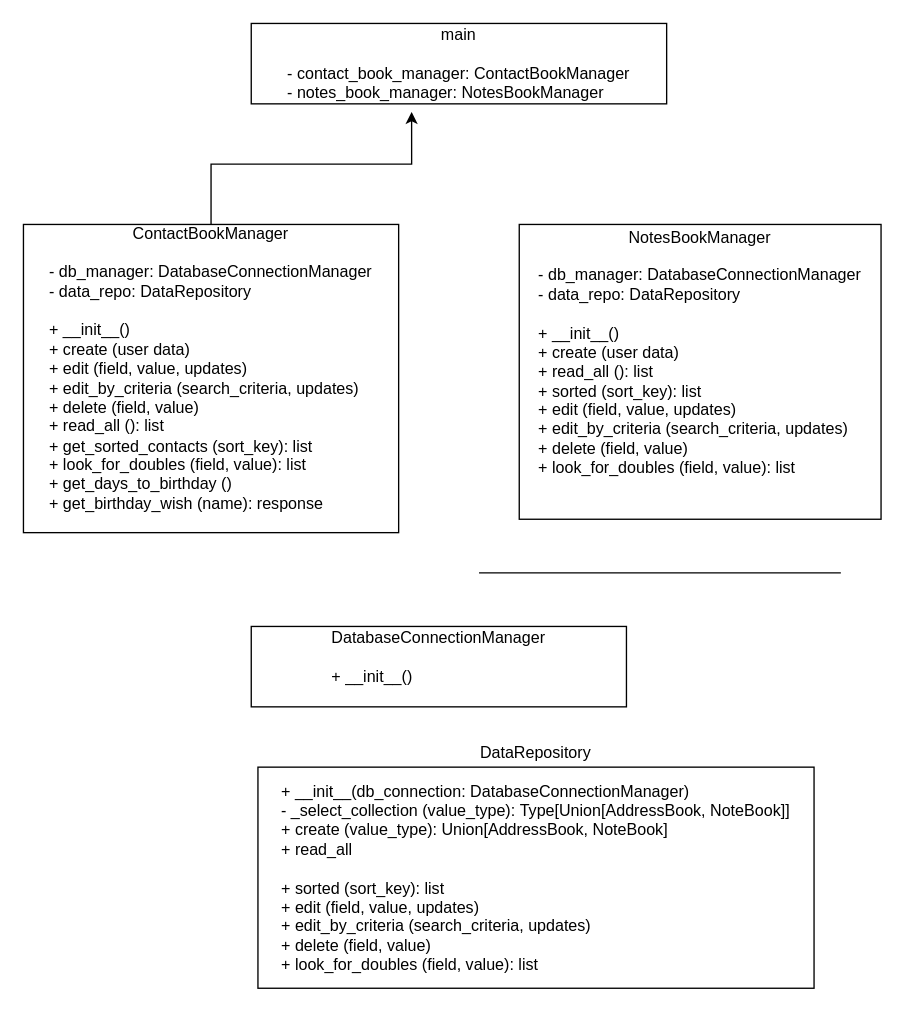
This is grupProject3_DJ.drawio from DDjog/PythonWebMod1ZadDom-1, a draw.io file, before an edit. Source tidied: cells renumbered, new cells numbered last; positions are measured from the earlier drawing's top-left corner, leaving out a move shared by most shapes. Both pictures are drawn from the tidied source at 134%, with x=0, y=0 at pixel (23, 23).
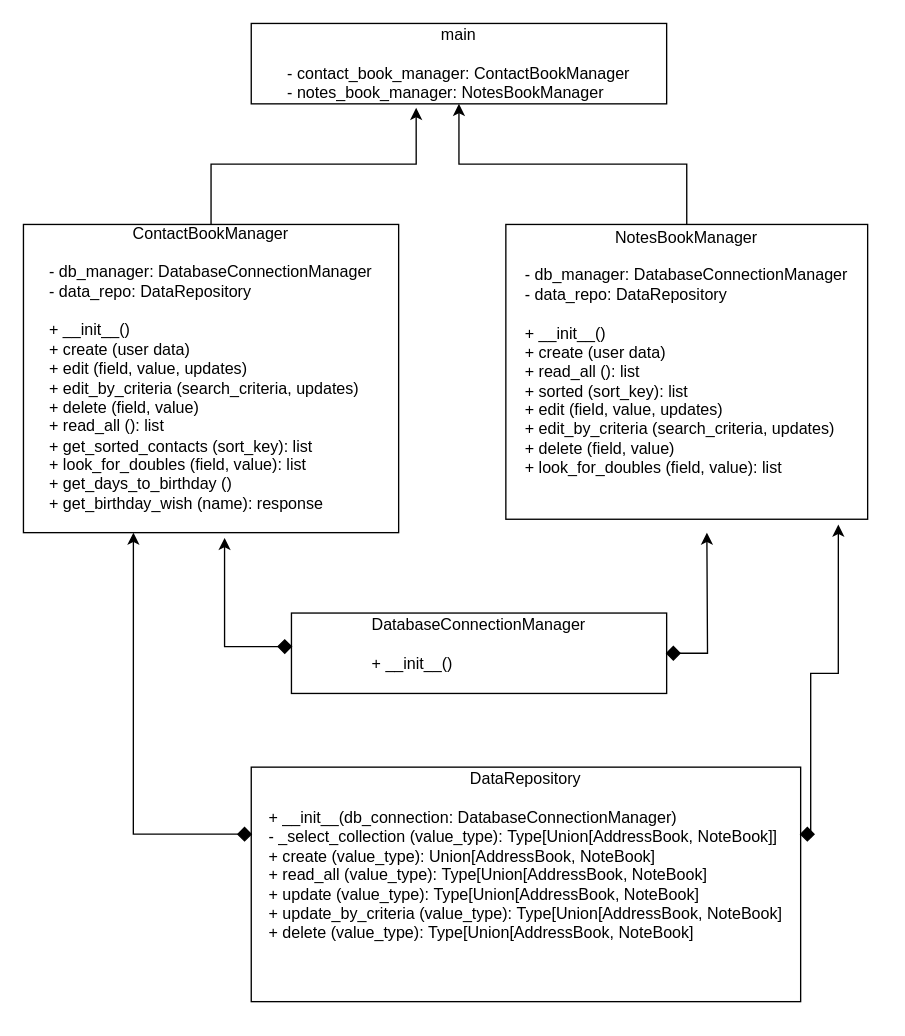
The same diagram, later.

Diff of the diagram source:
```diff
@@
 <mxGraphModel>
   <root>
     <mxCell id="0" />
     <mxCell id="1" parent="0" />
     <mxCell id="2" value="&lt;div style=&quot;&quot;&gt;ContactBookManager&lt;/div&gt;&lt;div style=&quot;text-align: left;&quot;&gt;&lt;br&gt;&lt;/div&gt;&lt;div style=&quot;text-align: left;&quot;&gt;- db_manager: DatabaseConnectionManager&lt;/div&gt;&lt;div style=&quot;text-align: left;&quot;&gt;- data_repo: DataRepository&lt;/div&gt;&lt;div style=&quot;text-align: left;&quot;&gt;&lt;br&gt;&lt;/div&gt;&lt;div style=&quot;text-align: left;&quot;&gt;+ __init__()&lt;/div&gt;&lt;div style=&quot;text-align: left;&quot;&gt;+ create (user data)&lt;/div&gt;&lt;div style=&quot;text-align: left;&quot;&gt;+ edit (field, value, updates)&lt;/div&gt;&lt;div style=&quot;text-align: left;&quot;&gt;+ edit_by_criteria (search_criteria, updates)&lt;/div&gt;&lt;div style=&quot;text-align: left;&quot;&gt;+ delete (field, value)&lt;/div&gt;&lt;div style=&quot;text-align: left;&quot;&gt;+ read_all (): list&lt;/div&gt;&lt;div style=&quot;text-align: left;&quot;&gt;+ get_sorted_contacts (sort_key): list&lt;/div&gt;&lt;div style=&quot;text-align: left;&quot;&gt;+ look_for_doubles (field, value): list&lt;/div&gt;&lt;div style=&quot;text-align: left;&quot;&gt;+ get_days_to_birthday ()&lt;/div&gt;&lt;div style=&quot;text-align: left;&quot;&gt;+ get_birthday_wish (name): response&lt;/div&gt;&lt;div style=&quot;&quot;&gt;&lt;br&gt;&lt;/div&gt;" style="rounded=0;whiteSpace=wrap;html=1;" parent="1" vertex="1">
       <mxGeometry y="150" width="280" height="230" as="geometry" />
     </mxCell>
     <mxCell id="3" value="main&lt;br&gt;&lt;br&gt;&lt;div style=&quot;text-align: left;&quot;&gt;- contact_book_manager: ContactBookManager&lt;/div&gt;&lt;div style=&quot;text-align: left;&quot;&gt;- notes_book_manager: NotesBookManager&lt;/div&gt;" style="rounded=0;whiteSpace=wrap;html=1;" parent="1" vertex="1">
       <mxGeometry x="170" width="310" height="60" as="geometry" />
     </mxCell>
+    <mxCell id="9" style="edgeStyle=orthogonalEdgeStyle;rounded=0;jettySize=auto;html=1;exitX=0.5;exitY=0;exitDx=0;exitDy=0;" parent="1" edge="1" source="4" target="3">
+      <mxGeometry relative="1" as="geometry" />
+    </mxCell>
     <mxCell id="4" value="&lt;div style=&quot;&quot;&gt;NotesBookManager&lt;/div&gt;&lt;div style=&quot;text-align: left;&quot;&gt;&lt;br&gt;&lt;/div&gt;&lt;div style=&quot;text-align: left;&quot;&gt;- db_manager: DatabaseConnectionManager&lt;/div&gt;&lt;div style=&quot;text-align: left;&quot;&gt;- data_repo: DataRepository&lt;/div&gt;&lt;div style=&quot;text-align: left;&quot;&gt;&lt;br&gt;&lt;/div&gt;&lt;div style=&quot;text-align: left;&quot;&gt;+ __init__()&lt;/div&gt;&lt;div style=&quot;text-align: left;&quot;&gt;+ create (user data)&lt;/div&gt;&lt;div style=&quot;text-align: left;&quot;&gt;+ read_all (): list&lt;/div&gt;&lt;div style=&quot;text-align: left;&quot;&gt;+ sorted (sort_key): list&lt;/div&gt;&lt;div style=&quot;text-align: left;&quot;&gt;+ edit (field, value, updates)&lt;br&gt;&lt;/div&gt;&lt;div style=&quot;text-align: left;&quot;&gt;+ edit_by_criteria (search_criteria, updates)&lt;/div&gt;&lt;div style=&quot;text-align: left;&quot;&gt;+ delete (field, value)&lt;/div&gt;&lt;div style=&quot;text-align: left;&quot;&gt;+ look_for_doubles (field, value): list&lt;/div&gt;&lt;div style=&quot;text-align: left;&quot;&gt;&lt;br&gt;&lt;/div&gt;&lt;div style=&quot;&quot;&gt;&lt;br&gt;&lt;/div&gt;" style="rounded=0;whiteSpace=wrap;html=1;" parent="1" vertex="1">
-      <mxGeometry x="370" y="150" width="270" height="220" as="geometry" />
+      <mxGeometry x="360" y="150" width="270" height="220" as="geometry" />
     </mxCell>
-    <mxCell id="5" style="endArrow=none;html=1;rounded=0;" parent="1" edge="1">
-      <mxGeometry relative="1" as="geometry">
-        <mxPoint x="340" y="410" as="sourcePoint" />
-        <mxPoint x="610" y="410" as="targetPoint" />
-      </mxGeometry>
-    </mxCell>
-    <mxCell id="6" style="edgeStyle=orthogonalEdgeStyle;rounded=0;jettySize=auto;html=1;exitX=0.5;exitY=0;exitDx=0;exitDy=0;entryX=0.386;entryY=1.1;entryDx=0;entryDy=0;entryPerimeter=0;" parent="1" edge="1" source="2" target="3">
+    <mxCell id="6" style="edgeStyle=orthogonalEdgeStyle;rounded=0;jettySize=auto;html=1;exitX=0.5;exitY=0;exitDx=0;exitDy=0;entryX=0.397;entryY=1.05;entryDx=0;entryDy=0;entryPerimeter=0;" parent="1" edge="1" source="2" target="3">
       <mxGeometry relative="1" as="geometry" />
     </mxCell>
+    <mxCell id="10" style="edgeStyle=orthogonalEdgeStyle;rounded=0;jettySize=auto;html=1;" parent="1" edge="1" source="7">
+      <mxGeometry relative="1" as="geometry">
+        <mxPoint x="510" y="380" as="targetPoint" />
+      </mxGeometry>
+    </mxCell>
     <mxCell id="7" value="&lt;div style=&quot;&quot;&gt;&lt;div style=&quot;border-color: var(--border-color); text-align: left;&quot;&gt;DatabaseConnectionManager&lt;/div&gt;&lt;div style=&quot;text-align: justify;&quot;&gt;&lt;br&gt;&lt;/div&gt;&lt;/div&gt;&lt;div style=&quot;text-align: left;&quot;&gt;+ __init__()&lt;/div&gt;&lt;div style=&quot;&quot;&gt;&lt;br&gt;&lt;/div&gt;" style="rounded=0;whiteSpace=wrap;html=1;" parent="1" vertex="1">
-      <mxGeometry x="170" y="450" width="280" height="60" as="geometry" />
+      <mxGeometry x="200" y="440" width="280" height="60" as="geometry" />
     </mxCell>
-    <mxCell id="8" value="&lt;div style=&quot;&quot;&gt;DataRepository&lt;/div&gt;&lt;div style=&quot;text-align: left;&quot;&gt;&lt;br&gt;&lt;/div&gt;&lt;div style=&quot;text-align: left;&quot;&gt;+ __init__(db_connection: DatabaseConnectionManager)&lt;/div&gt;&lt;div style=&quot;text-align: left;&quot;&gt;- _select_collection (value_type):&amp;nbsp;Type[Union[AddressBook, NoteBook]]&lt;br&gt;&lt;/div&gt;&lt;div style=&quot;text-align: left;&quot;&gt;+ create (value_type): Union[AddressBook, NoteBook]&lt;/div&gt;&lt;div style=&quot;text-align: left;&quot;&gt;+ read_all&amp;nbsp;&lt;/div&gt;&lt;br&gt;&lt;div style=&quot;text-align: left;&quot;&gt;+ sorted (sort_key): list&lt;/div&gt;&lt;div style=&quot;text-align: left;&quot;&gt;+ edit (field, value, updates)&lt;br&gt;&lt;/div&gt;&lt;div style=&quot;text-align: left;&quot;&gt;+ edit_by_criteria (search_criteria, updates)&lt;/div&gt;&lt;div style=&quot;text-align: left;&quot;&gt;+ delete (field, value)&lt;/div&gt;&lt;div style=&quot;text-align: left;&quot;&gt;+ look_for_doubles (field, value): list&lt;/div&gt;&lt;div style=&quot;text-align: left;&quot;&gt;&lt;br&gt;&lt;/div&gt;&lt;div style=&quot;&quot;&gt;&lt;br&gt;&lt;/div&gt;" style="rounded=0;whiteSpace=wrap;html=1;" parent="1" vertex="1">
-      <mxGeometry x="175" y="555" width="415" height="165" as="geometry" />
+    <mxCell id="8" value="&lt;div style=&quot;&quot;&gt;DataRepository&lt;/div&gt;&lt;div style=&quot;text-align: left;&quot;&gt;&lt;br&gt;&lt;/div&gt;&lt;div style=&quot;text-align: left;&quot;&gt;+ __init__(db_connection: DatabaseConnectionManager)&lt;/div&gt;&lt;div style=&quot;text-align: left;&quot;&gt;- _select_collection (value_type):&amp;nbsp;Type[Union[AddressBook, NoteBook]]&lt;br&gt;&lt;/div&gt;&lt;div style=&quot;text-align: left;&quot;&gt;+ create (value_type): Union[AddressBook, NoteBook]&lt;/div&gt;&lt;div style=&quot;text-align: left;&quot;&gt;+ read_all (value_type):&amp;nbsp;Type[Union[AddressBook, NoteBook]&lt;/div&gt;&lt;div style=&quot;text-align: left;&quot;&gt;+ update (value_type):&amp;nbsp;Type[Union[AddressBook, NoteBook]&lt;/div&gt;&lt;div style=&quot;text-align: left;&quot;&gt;+ update_by_criteria (value_type):&amp;nbsp;Type[Union[AddressBook, NoteBook]&lt;/div&gt;&lt;div style=&quot;text-align: left;&quot;&gt;+ delete (value_type):&amp;nbsp;Type[Union[AddressBook, NoteBook]&lt;/div&gt;&lt;div style=&quot;text-align: left;&quot;&gt;&lt;br&gt;&lt;/div&gt;&lt;div style=&quot;text-align: left;&quot;&gt;&lt;br&gt;&lt;/div&gt;&lt;div style=&quot;&quot;&gt;&lt;br&gt;&lt;/div&gt;" style="rounded=0;whiteSpace=wrap;html=1;" parent="1" vertex="1">
+      <mxGeometry x="170" y="555" width="410" height="175" as="geometry" />
     </mxCell>
+    <mxCell id="11" style="rhombus;whiteSpace=wrap;html=1;strokeColor=default;fillColor=#000000;" parent="1" vertex="1">
+      <mxGeometry x="190" y="460" width="10" height="10" as="geometry" />
+    </mxCell>
+    <mxCell id="12" style="edgeStyle=orthogonalEdgeStyle;rounded=0;jettySize=auto;html=1;exitX=0;exitY=0.5;exitDx=0;exitDy=0;entryX=0.536;entryY=1.017;entryDx=0;entryDy=0;entryPerimeter=0;" parent="1" edge="1" source="11" target="2">
+      <mxGeometry relative="1" as="geometry" />
+    </mxCell>
+    <mxCell id="13" style="rhombus;whiteSpace=wrap;html=1;strokeColor=default;fillColor=#000000;" parent="1" vertex="1">
+      <mxGeometry x="160" y="600" width="10" height="10" as="geometry" />
+    </mxCell>
+    <mxCell id="14" style="edgeStyle=orthogonalEdgeStyle;rounded=0;jettySize=auto;html=1;exitX=0;exitY=0.5;exitDx=0;exitDy=0;entryX=0.293;entryY=1;entryDx=0;entryDy=0;entryPerimeter=0;" parent="1" edge="1" source="13" target="2">
+      <mxGeometry relative="1" as="geometry" />
+    </mxCell>
+    <mxCell id="15" style="rhombus;whiteSpace=wrap;html=1;strokeColor=default;fillColor=#000000;" parent="1" vertex="1">
+      <mxGeometry x="580" y="600" width="10" height="10" as="geometry" />
+    </mxCell>
+    <mxCell id="16" style="rhombus;whiteSpace=wrap;html=1;strokeColor=default;fillColor=#000000;direction=west;" parent="1" vertex="1">
+      <mxGeometry x="480" y="465" width="10" height="10" as="geometry" />
+    </mxCell>
+    <mxCell id="17" style="edgeStyle=orthogonalEdgeStyle;rounded=0;jettySize=auto;html=1;exitX=1;exitY=1;exitDx=0;exitDy=0;entryX=0.919;entryY=1.018;entryDx=0;entryDy=0;entryPerimeter=0;" parent="1" edge="1" source="15" target="4">
+      <mxGeometry relative="1" as="geometry" />
+    </mxCell>
   </root>
 </mxGraphModel>
```
